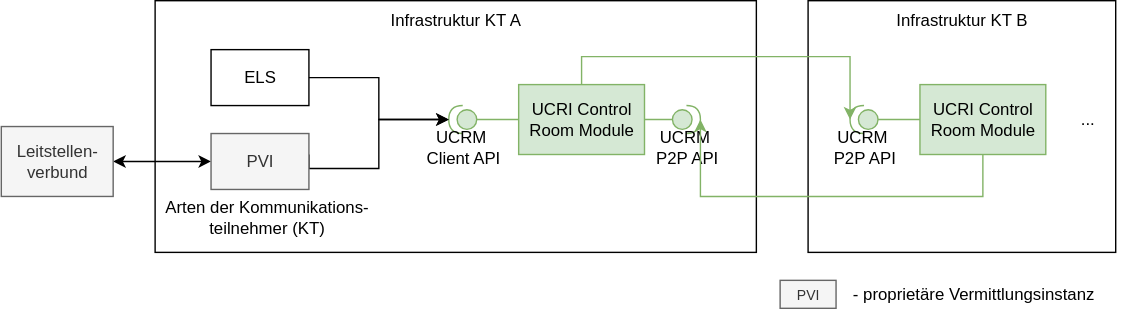
The draw.io diagram staging/spec/ucrm.drawio.svg in PMeV-EFUL/ucri2, before a commit. Source tidied: cells renumbered, new cells last; positions are measured from the earlier drawing's top-left corner, leaving out a move shared by most shapes.
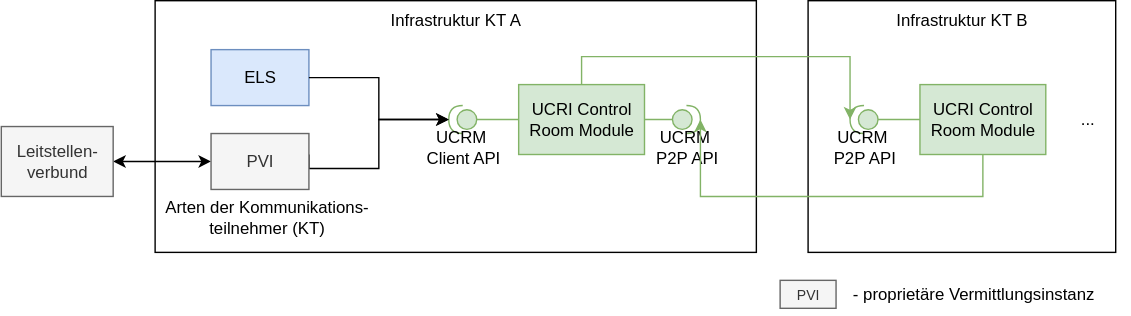
After the change.

Commit message:
doc: UCRI2 Leitstellenmodul überarbeitet.

The edit, as a diff of the source:
```diff
@@ -11,23 +11,23 @@
     <mxCell id="4" value="UCRM&amp;nbsp;&lt;div&gt;Client API&lt;/div&gt;" style="shape=providedRequiredInterface;html=1;verticalLabelPosition=bottom;sketch=0;direction=west;fillColor=#d5e8d4;strokeColor=#82b366;" parent="1" vertex="1">
       <mxGeometry x="320" y="75" width="20" height="20" as="geometry" />
     </mxCell>
-    <mxCell id="5" value="ELS" style="rounded=0;whiteSpace=wrap;html=1;" parent="1" vertex="1">
+    <mxCell id="5" value="ELS" style="rounded=0;whiteSpace=wrap;html=1;fillColor=#dae8fc;strokeColor=#6c8ebf;" parent="1" vertex="1">
       <mxGeometry x="150" y="35" width="70" height="40" as="geometry" />
     </mxCell>
     <mxCell id="6" style="edgeStyle=orthogonalEdgeStyle;rounded=0;jettySize=auto;html=1;startArrow=classic;startFill=1;" parent="1" edge="1" source="8" target="9">
       <mxGeometry relative="1" as="geometry" />
     </mxCell>
-    <mxCell id="7" style="edgeStyle=orthogonalEdgeStyle;rounded=0;orthogonalLoop=1;jettySize=auto;html=1;" parent="1" edge="1">
-      <mxGeometry relative="1" as="geometry">
-        <mxPoint x="220" y="110" as="sourcePoint" />
-        <mxPoint x="320" y="85" as="targetPoint" />
-        <Array as="points">
-          <mxPoint x="220" y="120" />
-          <mxPoint x="270" y="120" />
-          <mxPoint x="270" y="85" />
-        </Array>
-      </mxGeometry>
-    </mxCell>
+    <mxCell id="24" style="edgeStyle=orthogonalEdgeStyle;rounded=0;orthogonalLoop=1;jettySize=auto;html=1;" parent="1" edge="1">
+      <mxGeometry relative="1" as="geometry">
+        <mxPoint x="220" y="110" as="sourcePoint" />
+        <mxPoint x="320" y="85" as="targetPoint" />
+        <Array as="points">
+          <mxPoint x="220" y="120" />
+          <mxPoint x="270" y="120" />
+          <mxPoint x="270" y="85" />
+        </Array>
+      </mxGeometry>
+    </mxCell>
     <mxCell id="8" value="PVI" style="rounded=0;whiteSpace=wrap;html=1;fillColor=#f5f5f5;fontColor=#333333;strokeColor=#666666;" parent="1" vertex="1">
       <mxGeometry x="150" y="95" width="70" height="40" as="geometry" />
     </mxCell>
```
